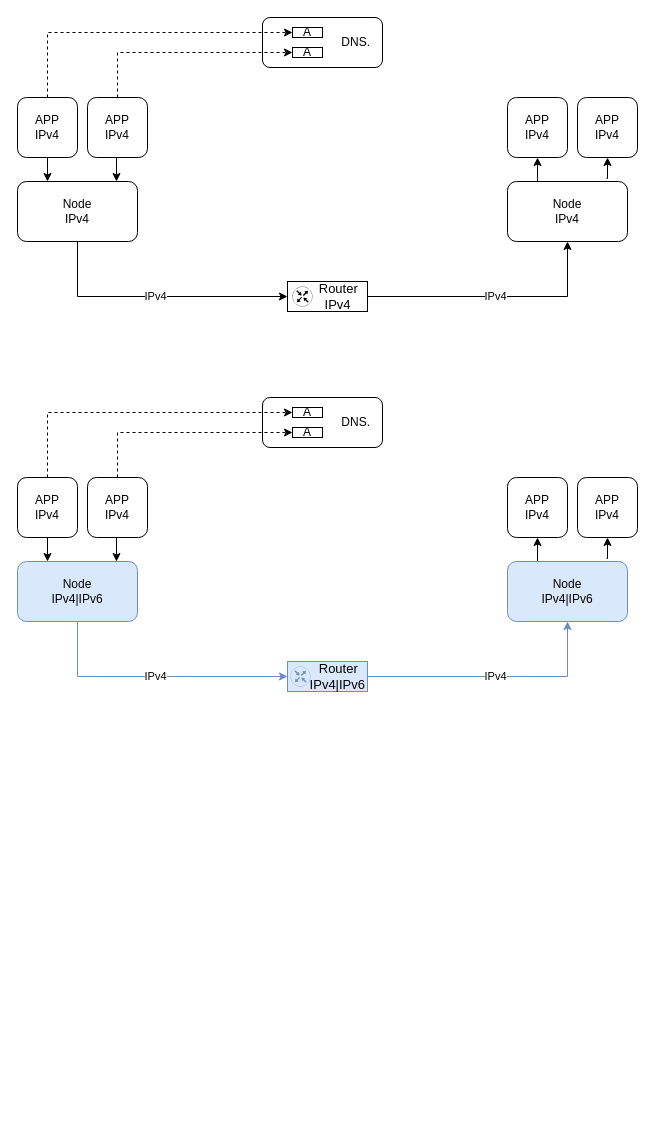
Before: IPv6 Transition.drawio in anorqiu9/drawio, a draw.io diagram. Source tidied: cells renumbered, new cells numbered last; positions are measured from the earlier drawing's top-left corner, leaving out a move shared by most shapes. Both pictures are drawn from the tidied source at 100%, with x=0, y=0 at pixel (17, 17).
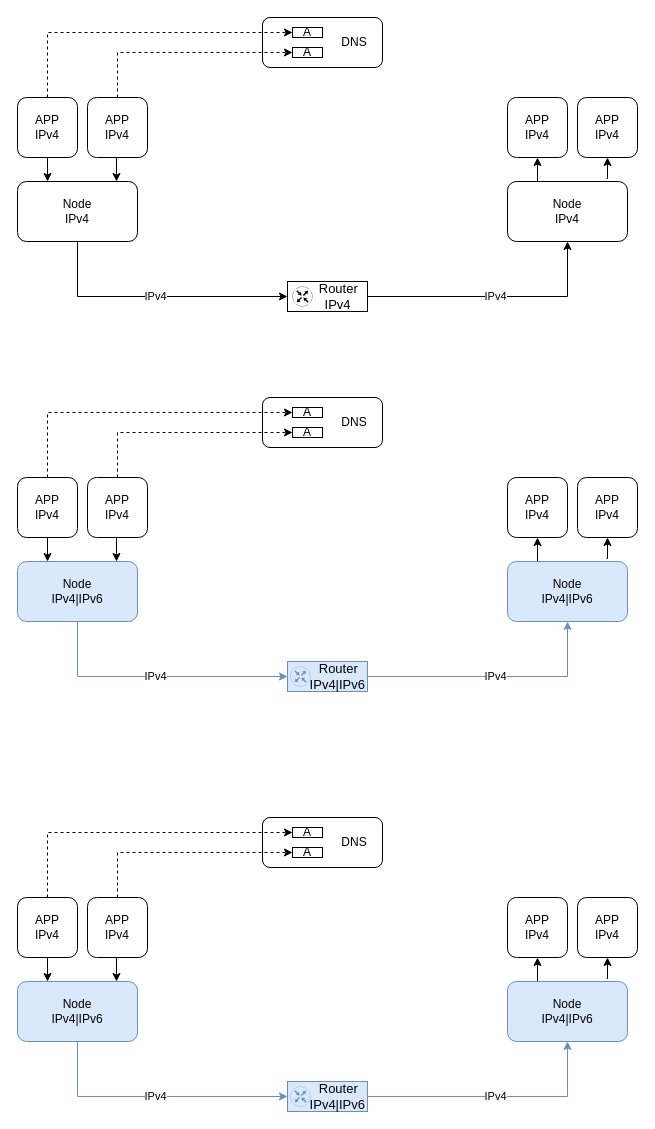
The same diagram, later.

What changed in the source:
```diff
@@
-    <mxCell id="6" value="DNS.&amp;nbsp; &amp;nbsp;" style="rounded=1;whiteSpace=wrap;html=1;align=right;verticalAlign=middle;" parent="1" vertex="1">
+    <mxCell id="6" value="DNS&amp;nbsp; &amp;nbsp;&amp;nbsp;" style="rounded=1;whiteSpace=wrap;html=1;align=right;verticalAlign=middle;" parent="1" vertex="1">
       <mxGeometry x="245" width="120" height="50" as="geometry" />
     </mxCell>
@@
-    <mxCell id="25" value="DNS.&amp;nbsp; &amp;nbsp;" style="rounded=1;whiteSpace=wrap;html=1;align=right;verticalAlign=middle;" parent="1" vertex="1">
+    <mxCell id="25" value="DNS&amp;nbsp; &amp;nbsp;&amp;nbsp;" style="rounded=1;whiteSpace=wrap;html=1;align=right;verticalAlign=middle;" parent="1" vertex="1">
       <mxGeometry x="245" y="380" width="120" height="50" as="geometry" />
     </mxCell>
@@
+    <mxCell id="40" style="edgeStyle=orthogonalEdgeStyle;rounded=0;jettySize=auto;html=1;" parent="1" edge="1" source="41" target="42">
+      <mxGeometry relative="1" as="geometry">
+        <Array as="points">
+          <mxPoint x="30" y="960" />
+          <mxPoint x="30" y="960" />
+        </Array>
+      </mxGeometry>
+    </mxCell>
+    <mxCell id="41" value="APP&lt;div&gt;IPv4&lt;/div&gt;" style="rounded=1;whiteSpace=wrap;html=1;" parent="1" vertex="1">
+      <mxGeometry y="880" width="60" height="60" as="geometry" />
+    </mxCell>
+    <mxCell id="42" value="Node&lt;div&gt;IPv4|IPv6&lt;/div&gt;" style="whiteSpace=wrap;html=1;rounded=1;fillColor=#dae8fc;strokeColor=#6c8ebf;" parent="1" vertex="1">
+      <mxGeometry y="964" width="120" height="60" as="geometry" />
+    </mxCell>
+    <mxCell id="43" value="Router&amp;nbsp;&amp;nbsp;&lt;div style=&quot;font-size: 13px;&quot;&gt;IPv4|IPv6&lt;/div&gt;" style="rounded=0;whiteSpace=wrap;html=1;fontSize=13;verticalAlign=middle;align=right;fillColor=#dae8fc;strokeColor=#6c8ebf;" parent="1" vertex="1">
+      <mxGeometry x="270" y="1064" width="80" height="30" as="geometry" />
+    </mxCell>
+    <mxCell id="44" value="DNS&amp;nbsp; &amp;nbsp;&amp;nbsp;" style="rounded=1;whiteSpace=wrap;html=1;align=right;verticalAlign=middle;" parent="1" vertex="1">
+      <mxGeometry x="245" y="800" width="120" height="50" as="geometry" />
+    </mxCell>
+    <mxCell id="45" style="edgeStyle=orthogonalEdgeStyle;rounded=0;jettySize=auto;html=1;entryX=0.5;entryY=1;entryDx=0;entryDy=0;exitX=0.5;exitY=0;exitDx=0;exitDy=0;" parent="1" edge="1" source="47" target="46">
+      <mxGeometry relative="1" as="geometry" />
+    </mxCell>
+    <mxCell id="46" value="APP&lt;div&gt;IPv4&lt;/div&gt;" style="rounded=1;whiteSpace=wrap;html=1;" parent="1" vertex="1">
+      <mxGeometry x="490" y="880" width="60" height="60" as="geometry" />
+    </mxCell>
+    <mxCell id="47" value="Node&lt;div&gt;IPv4|IPv6&lt;/div&gt;" style="whiteSpace=wrap;html=1;rounded=1;fillColor=#dae8fc;strokeColor=#6c8ebf;" parent="1" vertex="1">
+      <mxGeometry x="490" y="964" width="120" height="60" as="geometry" />
+    </mxCell>
+    <mxCell id="48" style="sketch=0;verticalLabelPosition=bottom;html=1;verticalAlign=top;align=center;shape=mxgraph.cisco19.rect;prIcon=router;fillColor=#dae8fc;strokeColor=#6c8ebf;" parent="1" vertex="1">
+      <mxGeometry x="273" y="1069" width="20" height="20" as="geometry" />
+    </mxCell>
+    <mxCell id="49" value="IPv4" style="endArrow=classic;html=1;rounded=0;exitX=1;exitY=0.5;exitDx=0;exitDy=0;entryX=0.5;entryY=1;entryDx=0;entryDy=0;fillColor=#dae8fc;strokeColor=#6c8ebf;" parent="1" edge="1" source="43" target="47">
+      <mxGeometry relative="1" as="geometry">
+        <Array as="points">
+          <mxPoint x="550" y="1079" />
+        </Array>
+      </mxGeometry>
+    </mxCell>
+    <mxCell id="50" value="IPv4" style="endArrow=classic;html=1;rounded=0;exitX=0.5;exitY=1;exitDx=0;exitDy=0;entryX=0;entryY=0.5;entryDx=0;entryDy=0;fillColor=#dae8fc;strokeColor=#6c8ebf;" parent="1" edge="1" source="42" target="43">
+      <mxGeometry relative="1" as="geometry">
+        <Array as="points">
+          <mxPoint x="60" y="1079" />
+        </Array>
+      </mxGeometry>
+    </mxCell>
+    <mxCell id="51" style="endArrow=classic;html=1;rounded=0;exitX=0.5;exitY=0;exitDx=0;exitDy=0;entryX=0;entryY=0.5;entryDx=0;entryDy=0;dashed=1;edgeStyle=orthogonalEdgeStyle;" parent="1" edge="1" source="41" target="56">
+      <mxGeometry relative="1" as="geometry" />
+    </mxCell>
+    <mxCell id="52" value="APP&lt;div&gt;IPv4&lt;/div&gt;" style="rounded=1;whiteSpace=wrap;html=1;" parent="1" vertex="1">
+      <mxGeometry x="560" y="880" width="60" height="60" as="geometry" />
+    </mxCell>
+    <mxCell id="53" style="edgeStyle=orthogonalEdgeStyle;rounded=0;jettySize=auto;html=1;exitX=0.825;exitY=-0.05;exitDx=0;exitDy=0;entryX=0.5;entryY=1;entryDx=0;entryDy=0;exitPerimeter=0;" parent="1" edge="1" source="47" target="52">
+      <mxGeometry relative="1" as="geometry" />
+    </mxCell>
+    <mxCell id="54" value="APP&lt;div&gt;IPv4&lt;/div&gt;" style="rounded=1;whiteSpace=wrap;html=1;" parent="1" vertex="1">
+      <mxGeometry x="70" y="880" width="60" height="60" as="geometry" />
+    </mxCell>
+    <mxCell id="55" style="edgeStyle=orthogonalEdgeStyle;rounded=0;orthogonalLoop=1;jettySize=auto;html=1;" parent="1" edge="1">
+      <mxGeometry relative="1" as="geometry">
+        <mxPoint x="99" y="940" as="sourcePoint" />
+        <mxPoint x="99" y="964" as="targetPoint" />
+        <Array as="points">
+          <mxPoint x="99" y="960" />
+          <mxPoint x="99" y="960" />
+        </Array>
+      </mxGeometry>
+    </mxCell>
+    <mxCell id="56" value="A" style="rounded=0;whiteSpace=wrap;html=1;" parent="1" vertex="1">
+      <mxGeometry x="275" y="810" width="30" height="10" as="geometry" />
+    </mxCell>
+    <mxCell id="57" value="A" style="rounded=0;whiteSpace=wrap;html=1;" parent="1" vertex="1">
+      <mxGeometry x="275" y="830" width="30" height="10" as="geometry" />
+    </mxCell>
+    <mxCell id="58" style="endArrow=classic;html=1;rounded=0;exitX=0.5;exitY=0;exitDx=0;exitDy=0;dashed=1;edgeStyle=orthogonalEdgeStyle;entryX=0;entryY=0.5;entryDx=0;entryDy=0;" parent="1" edge="1" source="54" target="57">
+      <mxGeometry relative="1" as="geometry" />
+    </mxCell>
```
